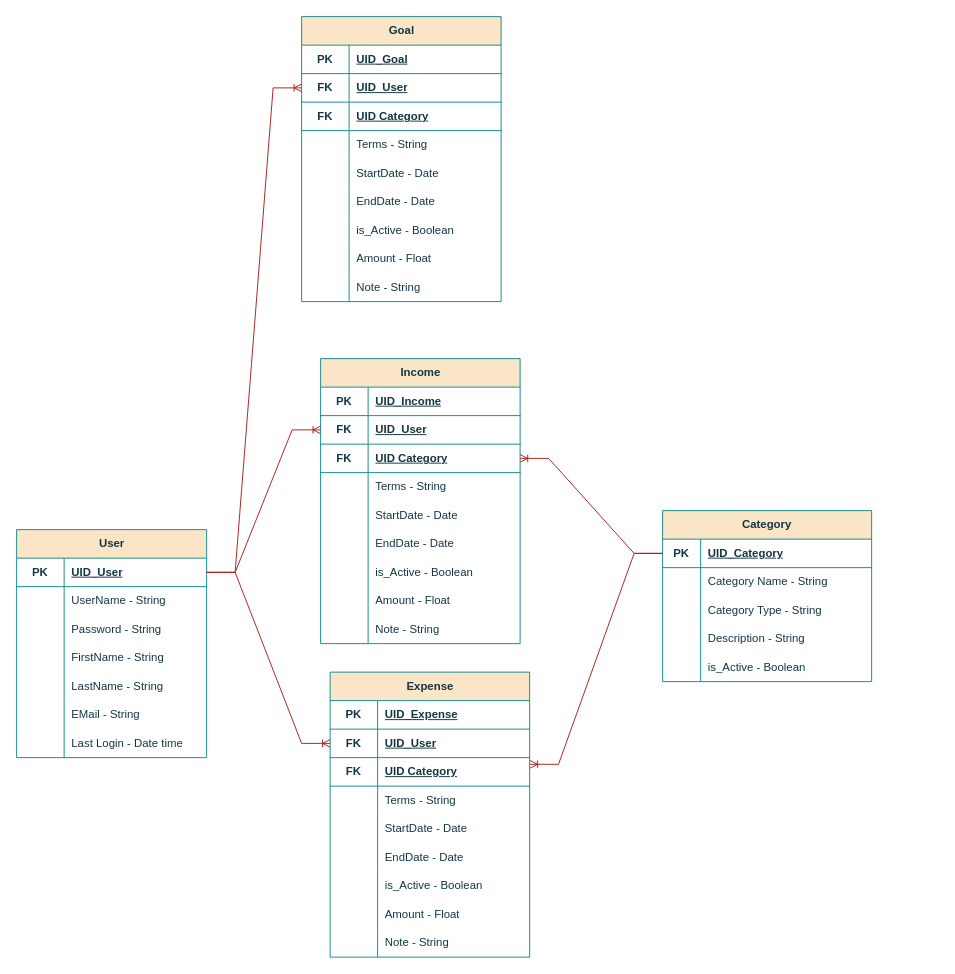
The draw.io diagram Untitled Diagram.drawio in DeneshA/portfolio-website, before the edit. Source tidied: cells renumbered, new cells numbered last; positions are measured from the earlier drawing's top-left corner, leaving out a move shared by most shapes. Both pictures are drawn from the tidied source at 95%, with x=0, y=0 at pixel (16, 16).
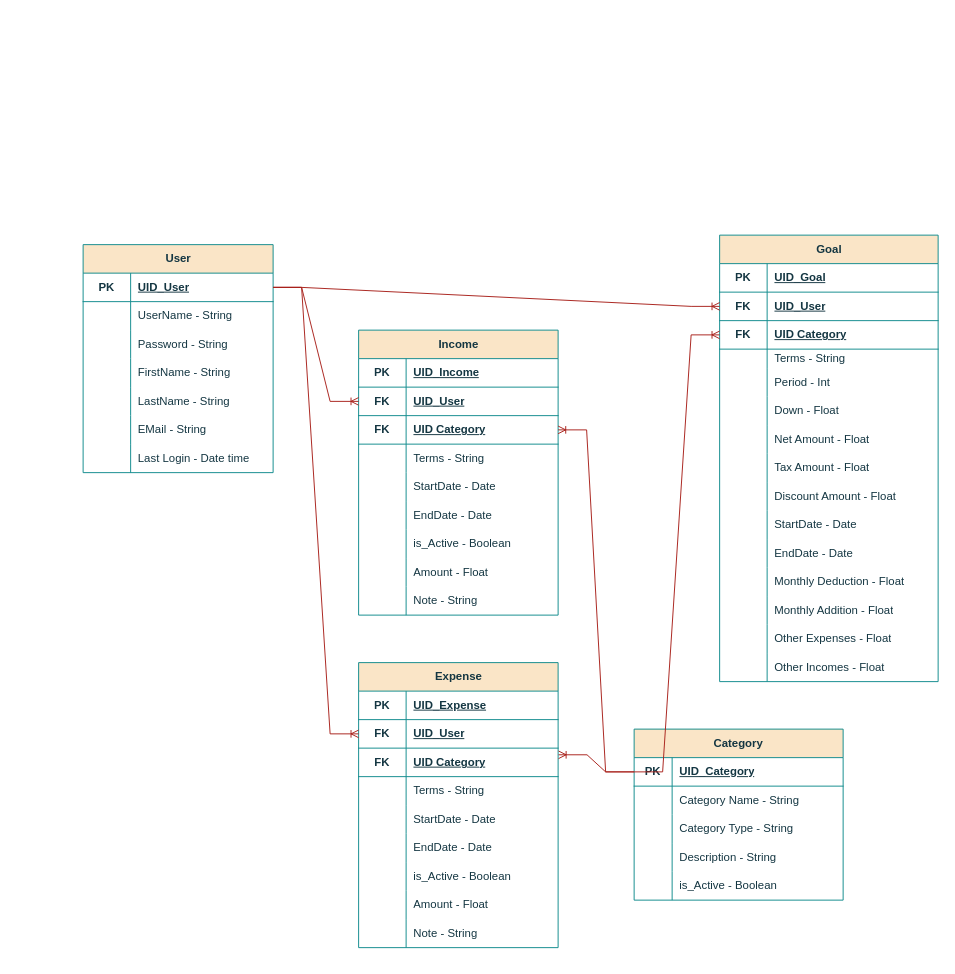
Above is the later version.

Unchanged cells that the change refers to:
```xml
<mxCell id="53" style="shape=tableRow;horizontal=0;startSize=0;swimlaneHead=0;swimlaneBody=0;fillColor=none;points=[[0,0.5],[1,0.5]];portConstraint=eastwest;top=0;left=0;right=0;bottom=1;html=1;labelBackgroundColor=none;strokeColor=#0F8B8D;fontColor=#143642;" parent="52" vertex="1">
  <mxGeometry y="30" width="220" height="30" as="geometry" />
</mxCell>
```

Change to the diagram source:
```diff
@@
     <mxCell id="2" value="User" style="shape=table;startSize=30;childLayout=tableLayout;rowLines=0;fontStyle=1;align=center;html=1;labelBackgroundColor=none;fillColor=#FAE5C7;strokeColor=#0F8B8D;fontColor=#143642;" parent="1" vertex="1">
-      <mxGeometry y="540" width="200" height="240" as="geometry" />
+      <mxGeometry x="70" y="240" width="200" height="240" as="geometry" />
     </mxCell>
@@
     <mxCell id="24" value="Income" style="shape=table;startSize=30;childLayout=tableLayout;rowLines=0;fontStyle=1;align=center;html=1;labelBackgroundColor=none;fillColor=#FAE5C7;strokeColor=#0F8B8D;fontColor=#143642;" parent="1" vertex="1">
-      <mxGeometry x="320" y="360" width="210" height="300" as="geometry" />
+      <mxGeometry x="360" y="330" width="210" height="300" as="geometry" />
     </mxCell>
@@
     <mxCell id="52" value="Category" style="shape=table;startSize=30;childLayout=tableLayout;rowLines=0;fontStyle=1;align=center;html=1;whiteSpace=wrap;labelBackgroundColor=none;fillColor=#FAE5C7;strokeColor=#0F8B8D;fontColor=#143642;" parent="1" vertex="1">
-      <mxGeometry x="680" y="520" width="220" height="180" as="geometry" />
+      <mxGeometry x="650" y="750" width="220" height="180" as="geometry" />
     </mxCell>
@@
     <mxCell id="70" value="Expense" style="shape=table;startSize=30;childLayout=tableLayout;rowLines=0;fontStyle=1;align=center;html=1;labelBackgroundColor=none;fillColor=#FAE5C7;strokeColor=#0F8B8D;fontColor=#143642;" parent="1" vertex="1">
-      <mxGeometry x="330" y="690" width="210" height="300" as="geometry" />
+      <mxGeometry x="360" y="680" width="210" height="300" as="geometry" />
     </mxCell>
@@
     <mxCell id="100" value="Goal" style="shape=table;startSize=30;childLayout=tableLayout;rowLines=0;fontStyle=1;align=center;html=1;labelBackgroundColor=none;fillColor=#FAE5C7;strokeColor=#0F8B8D;fontColor=#143642;" parent="1" vertex="1">
-      <mxGeometry x="300" width="210" height="300" as="geometry" />
+      <mxGeometry x="740" y="230" width="230" height="470" as="geometry" />
     </mxCell>
     <mxCell id="101" style="shape=tableRow;horizontal=0;startSize=0;swimlaneHead=0;swimlaneBody=0;fillColor=none;top=0;left=0;right=0;bottom=1;labelBackgroundColor=none;strokeColor=#0F8B8D;fontColor=#143642;" parent="100" vertex="1">
-      <mxGeometry y="30" width="210" height="30" as="geometry" />
+      <mxGeometry y="30" width="230" height="30" as="geometry" />
     </mxCell>
@@
     <mxCell id="103" value="UID_Goal" style="shape=partialRectangle;fillColor=none;top=0;left=0;bottom=0;right=0;align=left;spacingLeft=6;fontStyle=5;overflow=hidden;whiteSpace=wrap;html=1;labelBackgroundColor=none;strokeColor=#0F8B8D;fontColor=#143642;" parent="101" vertex="1">
-      <mxGeometry x="50" width="160" height="30" as="geometry" />
+      <mxGeometry x="50" width="180" height="30" as="geometry" />
     </mxCell>
     <mxCell id="104" style="shape=tableRow;horizontal=0;startSize=0;swimlaneHead=0;swimlaneBody=0;fillColor=none;points=[[0,0.5],[1,0.5]];portConstraint=eastwest;top=0;left=0;right=0;bottom=1;labelBackgroundColor=none;strokeColor=#0F8B8D;fontColor=#143642;" parent="100" vertex="1">
-      <mxGeometry y="60" width="210" height="30" as="geometry" />
+      <mxGeometry y="60" width="230" height="30" as="geometry" />
     </mxCell>
@@
     <mxCell id="106" value="UID_User" style="shape=partialRectangle;fillColor=none;top=0;left=0;bottom=0;right=0;align=left;spacingLeft=6;fontStyle=5;overflow=hidden;whiteSpace=wrap;html=1;labelBackgroundColor=none;strokeColor=#0F8B8D;fontColor=#143642;" parent="104" vertex="1">
-      <mxGeometry x="50" width="160" height="30" as="geometry" />
+      <mxGeometry x="50" width="180" height="30" as="geometry" />
     </mxCell>
     <mxCell id="107" style="shape=tableRow;horizontal=0;startSize=0;swimlaneHead=0;swimlaneBody=0;fillColor=none;points=[[0,0.5],[1,0.5]];portConstraint=eastwest;top=0;left=0;right=0;bottom=1;labelBackgroundColor=none;strokeColor=#0F8B8D;fontColor=#143642;" parent="100" vertex="1">
-      <mxGeometry y="90" width="210" height="30" as="geometry" />
+      <mxGeometry y="90" width="230" height="30" as="geometry" />
     </mxCell>
@@
     <mxCell id="109" value="UID Category" style="shape=partialRectangle;fillColor=none;top=0;left=0;bottom=0;right=0;align=left;spacingLeft=6;fontStyle=5;overflow=hidden;whiteSpace=wrap;html=1;labelBackgroundColor=none;strokeColor=#0F8B8D;fontColor=#143642;" parent="107" vertex="1">
-      <mxGeometry x="50" width="160" height="30" as="geometry" />
+      <mxGeometry x="50" width="180" height="30" as="geometry" />
     </mxCell>
     <mxCell id="110" style="shape=tableRow;horizontal=0;startSize=0;swimlaneHead=0;swimlaneBody=0;fillColor=none;top=0;left=0;right=0;bottom=0;labelBackgroundColor=none;strokeColor=#0F8B8D;fontColor=#143642;" parent="100" vertex="1">
-      <mxGeometry y="120" width="210" height="30" as="geometry" />
+      <mxGeometry y="120" width="230" height="20" as="geometry" />
     </mxCell>
     <mxCell id="111" style="shape=partialRectangle;fillColor=none;top=0;left=0;bottom=0;right=0;overflow=hidden;whiteSpace=wrap;html=1;labelBackgroundColor=none;strokeColor=#0F8B8D;fontColor=#143642;" parent="110" vertex="1">
-      <mxGeometry width="50" height="30" as="geometry" />
+      <mxGeometry width="50" height="20" as="geometry" />
     </mxCell>
     <mxCell id="112" value="Terms - String" style="shape=partialRectangle;fillColor=none;top=0;left=0;bottom=0;right=0;align=left;spacingLeft=6;overflow=hidden;whiteSpace=wrap;html=1;labelBackgroundColor=none;strokeColor=#0F8B8D;fontColor=#143642;" parent="110" vertex="1">
-      <mxGeometry x="50" width="160" height="30" as="geometry" />
+      <mxGeometry x="50" width="180" height="20" as="geometry" />
     </mxCell>
+    <mxCell id="129" style="shape=tableRow;horizontal=0;startSize=0;swimlaneHead=0;swimlaneBody=0;fillColor=none;top=0;left=0;right=0;bottom=0;labelBackgroundColor=none;strokeColor=#0F8B8D;fontColor=#143642;" parent="100" vertex="1">
+      <mxGeometry y="140" width="230" height="30" as="geometry" />
+    </mxCell>
+    <mxCell id="130" style="shape=partialRectangle;fillColor=none;top=0;left=0;bottom=0;right=0;overflow=hidden;whiteSpace=wrap;html=1;labelBackgroundColor=none;strokeColor=#0F8B8D;fontColor=#143642;" parent="129" vertex="1">
+      <mxGeometry width="50" height="30" as="geometry" />
+    </mxCell>
+    <mxCell id="131" value="Period - Int" style="shape=partialRectangle;fillColor=none;top=0;left=0;bottom=0;right=0;align=left;spacingLeft=6;overflow=hidden;whiteSpace=wrap;html=1;labelBackgroundColor=none;strokeColor=#0F8B8D;fontColor=#143642;" parent="129" vertex="1">
+      <mxGeometry x="50" width="180" height="30" as="geometry" />
+    </mxCell>
+    <mxCell id="132" style="shape=tableRow;horizontal=0;startSize=0;swimlaneHead=0;swimlaneBody=0;fillColor=none;top=0;left=0;right=0;bottom=0;labelBackgroundColor=none;strokeColor=#0F8B8D;fontColor=#143642;" parent="100" vertex="1">
+      <mxGeometry y="170" width="230" height="30" as="geometry" />
+    </mxCell>
+    <mxCell id="133" style="shape=partialRectangle;fillColor=none;top=0;left=0;bottom=0;right=0;overflow=hidden;whiteSpace=wrap;html=1;labelBackgroundColor=none;strokeColor=#0F8B8D;fontColor=#143642;" parent="132" vertex="1">
+      <mxGeometry width="50" height="30" as="geometry" />
+    </mxCell>
+    <mxCell id="134" value="Down - Float" style="shape=partialRectangle;fillColor=none;top=0;left=0;bottom=0;right=0;align=left;spacingLeft=6;overflow=hidden;whiteSpace=wrap;html=1;labelBackgroundColor=none;strokeColor=#0F8B8D;fontColor=#143642;" parent="132" vertex="1">
+      <mxGeometry x="50" width="180" height="30" as="geometry" />
+    </mxCell>
+    <mxCell id="135" style="shape=tableRow;horizontal=0;startSize=0;swimlaneHead=0;swimlaneBody=0;fillColor=none;top=0;left=0;right=0;bottom=0;labelBackgroundColor=none;strokeColor=#0F8B8D;fontColor=#143642;" parent="100" vertex="1">
+      <mxGeometry y="200" width="230" height="30" as="geometry" />
+    </mxCell>
+    <mxCell id="136" style="shape=partialRectangle;fillColor=none;top=0;left=0;bottom=0;right=0;overflow=hidden;whiteSpace=wrap;html=1;labelBackgroundColor=none;strokeColor=#0F8B8D;fontColor=#143642;" parent="135" vertex="1">
+      <mxGeometry width="50" height="30" as="geometry" />
+    </mxCell>
+    <mxCell id="137" value="Net Amount - Float" style="shape=partialRectangle;fillColor=none;top=0;left=0;bottom=0;right=0;align=left;spacingLeft=6;overflow=hidden;whiteSpace=wrap;html=1;labelBackgroundColor=none;strokeColor=#0F8B8D;fontColor=#143642;" parent="135" vertex="1">
+      <mxGeometry x="50" width="180" height="30" as="geometry" />
+    </mxCell>
+    <mxCell id="138" style="shape=tableRow;horizontal=0;startSize=0;swimlaneHead=0;swimlaneBody=0;fillColor=none;top=0;left=0;right=0;bottom=0;labelBackgroundColor=none;strokeColor=#0F8B8D;fontColor=#143642;" parent="100" vertex="1">
+      <mxGeometry y="230" width="230" height="30" as="geometry" />
+    </mxCell>
+    <mxCell id="139" style="shape=partialRectangle;fillColor=none;top=0;left=0;bottom=0;right=0;overflow=hidden;whiteSpace=wrap;html=1;labelBackgroundColor=none;strokeColor=#0F8B8D;fontColor=#143642;" parent="138" vertex="1">
+      <mxGeometry width="50" height="30" as="geometry" />
+    </mxCell>
+    <mxCell id="140" value="Tax Amount - Float" style="shape=partialRectangle;fillColor=none;top=0;left=0;bottom=0;right=0;align=left;spacingLeft=6;overflow=hidden;whiteSpace=wrap;html=1;labelBackgroundColor=none;strokeColor=#0F8B8D;fontColor=#143642;" parent="138" vertex="1">
+      <mxGeometry x="50" width="180" height="30" as="geometry" />
+    </mxCell>
+    <mxCell id="141" style="shape=tableRow;horizontal=0;startSize=0;swimlaneHead=0;swimlaneBody=0;fillColor=none;top=0;left=0;right=0;bottom=0;labelBackgroundColor=none;strokeColor=#0F8B8D;fontColor=#143642;" parent="100" vertex="1">
+      <mxGeometry y="260" width="230" height="30" as="geometry" />
+    </mxCell>
+    <mxCell id="142" style="shape=partialRectangle;fillColor=none;top=0;left=0;bottom=0;right=0;overflow=hidden;whiteSpace=wrap;html=1;labelBackgroundColor=none;strokeColor=#0F8B8D;fontColor=#143642;" parent="141" vertex="1">
+      <mxGeometry width="50" height="30" as="geometry" />
+    </mxCell>
+    <mxCell id="143" value="Discount Amount - Float" style="shape=partialRectangle;fillColor=none;top=0;left=0;bottom=0;right=0;align=left;spacingLeft=6;overflow=hidden;whiteSpace=wrap;html=1;labelBackgroundColor=none;strokeColor=#0F8B8D;fontColor=#143642;" parent="141" vertex="1">
+      <mxGeometry x="50" width="180" height="30" as="geometry" />
+    </mxCell>
     <mxCell id="113" style="shape=tableRow;horizontal=0;startSize=0;swimlaneHead=0;swimlaneBody=0;fillColor=none;top=0;left=0;right=0;bottom=0;labelBackgroundColor=none;strokeColor=#0F8B8D;fontColor=#143642;" parent="100" vertex="1">
-      <mxGeometry y="150" width="210" height="30" as="geometry" />
+      <mxGeometry y="290" width="230" height="30" as="geometry" />
     </mxCell>
@@
     <mxCell id="115" value="StartDate - Date" style="shape=partialRectangle;fillColor=none;top=0;left=0;bottom=0;right=0;align=left;spacingLeft=6;overflow=hidden;whiteSpace=wrap;html=1;labelBackgroundColor=none;strokeColor=#0F8B8D;fontColor=#143642;" parent="113" vertex="1">
-      <mxGeometry x="50" width="160" height="30" as="geometry" />
+      <mxGeometry x="50" width="180" height="30" as="geometry" />
     </mxCell>
     <mxCell id="116" style="shape=tableRow;horizontal=0;startSize=0;swimlaneHead=0;swimlaneBody=0;fillColor=none;top=0;left=0;right=0;bottom=0;labelBackgroundColor=none;strokeColor=#0F8B8D;fontColor=#143642;" parent="100" vertex="1">
-      <mxGeometry y="180" width="210" height="30" as="geometry" />
+      <mxGeometry y="320" width="230" height="30" as="geometry" />
     </mxCell>
@@
     <mxCell id="118" value="EndDate - Date" style="shape=partialRectangle;fillColor=none;top=0;left=0;bottom=0;right=0;align=left;spacingLeft=6;overflow=hidden;whiteSpace=wrap;html=1;labelBackgroundColor=none;strokeColor=#0F8B8D;fontColor=#143642;" parent="116" vertex="1">
-      <mxGeometry x="50" width="160" height="30" as="geometry" />
+      <mxGeometry x="50" width="180" height="30" as="geometry" />
     </mxCell>
-    <mxCell id="119" style="shape=tableRow;horizontal=0;startSize=0;swimlaneHead=0;swimlaneBody=0;fillColor=none;top=0;left=0;right=0;bottom=0;labelBackgroundColor=none;strokeColor=#0F8B8D;fontColor=#143642;" parent="100" vertex="1">
-      <mxGeometry y="210" width="210" height="30" as="geometry" />
-    </mxCell>
-    <mxCell id="120" style="shape=partialRectangle;fillColor=none;top=0;left=0;bottom=0;right=0;overflow=hidden;whiteSpace=wrap;html=1;labelBackgroundColor=none;strokeColor=#0F8B8D;fontColor=#143642;" parent="119" vertex="1">
-      <mxGeometry width="50" height="30" as="geometry" />
-    </mxCell>
-    <mxCell id="121" value="is_Active - Boolean" style="shape=partialRectangle;fillColor=none;top=0;left=0;bottom=0;right=0;align=left;spacingLeft=6;overflow=hidden;whiteSpace=wrap;html=1;labelBackgroundColor=none;strokeColor=#0F8B8D;fontColor=#143642;" parent="119" vertex="1">
-      <mxGeometry x="50" width="160" height="30" as="geometry" />
-    </mxCell>
     <mxCell id="122" style="shape=tableRow;horizontal=0;startSize=0;swimlaneHead=0;swimlaneBody=0;fillColor=none;top=0;left=0;right=0;bottom=0;labelBackgroundColor=none;strokeColor=#0F8B8D;fontColor=#143642;" parent="100" vertex="1">
-      <mxGeometry y="240" width="210" height="30" as="geometry" />
+      <mxGeometry y="350" width="230" height="30" as="geometry" />
     </mxCell>
@@
-    <mxCell id="124" value="Amount - Float" style="shape=partialRectangle;fillColor=none;top=0;left=0;bottom=0;right=0;align=left;spacingLeft=6;overflow=hidden;whiteSpace=wrap;html=1;labelBackgroundColor=none;strokeColor=#0F8B8D;fontColor=#143642;" parent="122" vertex="1">
-      <mxGeometry x="50" width="160" height="30" as="geometry" />
+    <mxCell id="124" value="Monthly Deduction - Float" style="shape=partialRectangle;fillColor=none;top=0;left=0;bottom=0;right=0;align=left;spacingLeft=6;overflow=hidden;whiteSpace=wrap;html=1;labelBackgroundColor=none;strokeColor=#0F8B8D;fontColor=#143642;" parent="122" vertex="1">
+      <mxGeometry x="50" width="180" height="30" as="geometry" />
     </mxCell>
-    <mxCell id="125" style="shape=tableRow;horizontal=0;startSize=0;swimlaneHead=0;swimlaneBody=0;fillColor=none;top=0;left=0;right=0;bottom=0;labelBackgroundColor=none;strokeColor=#0F8B8D;fontColor=#143642;" parent="100" vertex="1">
-      <mxGeometry y="270" width="210" height="30" as="geometry" />
-    </mxCell>
-    <mxCell id="126" style="shape=partialRectangle;fillColor=none;top=0;left=0;bottom=0;right=0;overflow=hidden;whiteSpace=wrap;html=1;labelBackgroundColor=none;strokeColor=#0F8B8D;fontColor=#143642;" parent="125" vertex="1">
-      <mxGeometry width="50" height="30" as="geometry" />
-    </mxCell>
-    <mxCell id="127" value="Note - String" style="shape=partialRectangle;fillColor=none;top=0;left=0;bottom=0;right=0;align=left;spacingLeft=6;overflow=hidden;whiteSpace=wrap;html=1;labelBackgroundColor=none;strokeColor=#0F8B8D;fontColor=#143642;" parent="125" vertex="1">
-      <mxGeometry x="50" width="160" height="30" as="geometry" />
-    </mxCell>
+    <mxCell id="144" style="shape=tableRow;horizontal=0;startSize=0;swimlaneHead=0;swimlaneBody=0;fillColor=none;top=0;left=0;right=0;bottom=0;labelBackgroundColor=none;strokeColor=#0F8B8D;fontColor=#143642;" parent="100" vertex="1">
+      <mxGeometry y="380" width="230" height="30" as="geometry" />
+    </mxCell>
+    <mxCell id="145" style="shape=partialRectangle;fillColor=none;top=0;left=0;bottom=0;right=0;overflow=hidden;whiteSpace=wrap;html=1;labelBackgroundColor=none;strokeColor=#0F8B8D;fontColor=#143642;" parent="144" vertex="1">
+      <mxGeometry width="50" height="30" as="geometry" />
+    </mxCell>
+    <mxCell id="146" value="Monthly Addition - Float" style="shape=partialRectangle;fillColor=none;top=0;left=0;bottom=0;right=0;align=left;spacingLeft=6;overflow=hidden;whiteSpace=wrap;html=1;labelBackgroundColor=none;strokeColor=#0F8B8D;fontColor=#143642;" parent="144" vertex="1">
+      <mxGeometry x="50" width="180" height="30" as="geometry" />
+    </mxCell>
+    <mxCell id="147" style="shape=tableRow;horizontal=0;startSize=0;swimlaneHead=0;swimlaneBody=0;fillColor=none;top=0;left=0;right=0;bottom=0;labelBackgroundColor=none;strokeColor=#0F8B8D;fontColor=#143642;" parent="100" vertex="1">
+      <mxGeometry y="410" width="230" height="30" as="geometry" />
+    </mxCell>
+    <mxCell id="148" style="shape=partialRectangle;fillColor=none;top=0;left=0;bottom=0;right=0;overflow=hidden;whiteSpace=wrap;html=1;labelBackgroundColor=none;strokeColor=#0F8B8D;fontColor=#143642;" parent="147" vertex="1">
+      <mxGeometry width="50" height="30" as="geometry" />
+    </mxCell>
+    <mxCell id="149" value="Other Expenses - Float" style="shape=partialRectangle;fillColor=none;top=0;left=0;bottom=0;right=0;align=left;spacingLeft=6;overflow=hidden;whiteSpace=wrap;html=1;labelBackgroundColor=none;strokeColor=#0F8B8D;fontColor=#143642;" parent="147" vertex="1">
+      <mxGeometry x="50" width="180" height="30" as="geometry" />
+    </mxCell>
+    <mxCell id="150" style="shape=tableRow;horizontal=0;startSize=0;swimlaneHead=0;swimlaneBody=0;fillColor=none;top=0;left=0;right=0;bottom=0;labelBackgroundColor=none;strokeColor=#0F8B8D;fontColor=#143642;" parent="100" vertex="1">
+      <mxGeometry y="440" width="230" height="30" as="geometry" />
+    </mxCell>
+    <mxCell id="151" style="shape=partialRectangle;fillColor=none;top=0;left=0;bottom=0;right=0;overflow=hidden;whiteSpace=wrap;html=1;labelBackgroundColor=none;strokeColor=#0F8B8D;fontColor=#143642;" parent="150" vertex="1">
+      <mxGeometry width="50" height="30" as="geometry" />
+    </mxCell>
+    <mxCell id="152" value="Other Incomes - Float" style="shape=partialRectangle;fillColor=none;top=0;left=0;bottom=0;right=0;align=left;spacingLeft=6;overflow=hidden;whiteSpace=wrap;html=1;labelBackgroundColor=none;strokeColor=#0F8B8D;fontColor=#143642;" parent="150" vertex="1">
+      <mxGeometry x="50" width="180" height="30" as="geometry" />
+    </mxCell>
@@
+    <mxCell id="153" style="edgeStyle=entityRelationEdgeStyle;fontSize=12;html=1;endArrow=ERoneToMany;rounded=0;entryX=0;entryY=0.5;entryDx=0;entryDy=0;labelBackgroundColor=none;strokeColor=#A8201A;fontColor=default;exitX=0;exitY=0.5;exitDx=0;exitDy=0;" parent="1" edge="1" source="53" target="107">
+      <mxGeometry relative="1" as="geometry" />
+    </mxCell>
```
